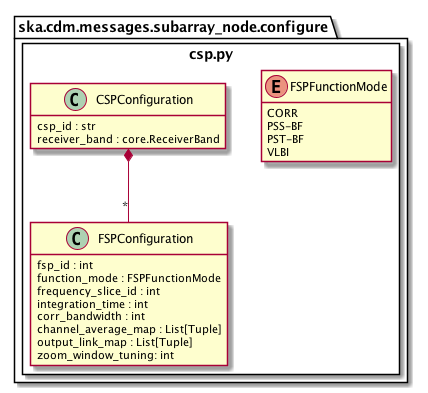
This is docs/src/developer/subarraynode/csp.png from ska-telescope/cdm-shared-library, a PlantUML export, as it was before one commit.
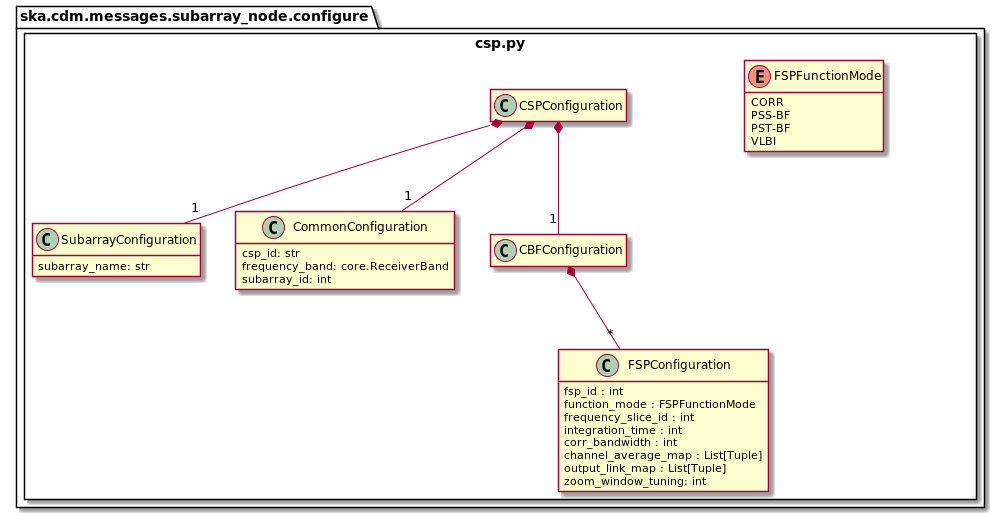
The same diagram one commit later.

Commit message:
Update UML diagrams and example JSON in docs

Change to the diagram source:
```diff
@@ -1,8 +1,38 @@
 @startuml
 hide empty members
 
+hide VLBIConfiguration
+hide PSTConfiguration
+hide PSSConfiguration
+
 package ska.cdm.messages.subarray_node.configure {
 	package csp.py <<Rectangle>> {
+
+	    class SubarrayConfiguration {
+	        subarray_name: str
+	    }
+
+	    class CommonConfiguration {
+	        csp_id: str
+            frequency_band: core.ReceiverBand
+            subarray_id: int
+	    }
+
+	    class CBFConfiguration {
+
+	    }
+
+	    class PSTConfiguration {
+
+	    }
+
+        class PSSConfiguration {
+
+        }
+
+        class VLBIConfiguration {
+
+        }
 
 		enum FSPFunctionMode {
 			CORR
@@ -23,10 +53,15 @@
 		}
 
 		class CSPConfiguration {
-            csp_id : str
-			receiver_band : core.ReceiverBand
+
 		}
-		CSPConfiguration *-- "*" FSPConfiguration
+		CBFConfiguration *-- "*" FSPConfiguration
+		CBFConfiguration *-- "1" VLBIConfiguration
+		CSPConfiguration *-- "1" CommonConfiguration
+		CSPConfiguration *-- "1" SubarrayConfiguration
+		CSPConfiguration *-- "1" CBFConfiguration
+		CSPConfiguration *-- "1" PSTConfiguration
+		CSPConfiguration *-- "1" PSSConfiguration
 
 	}
 }
```
